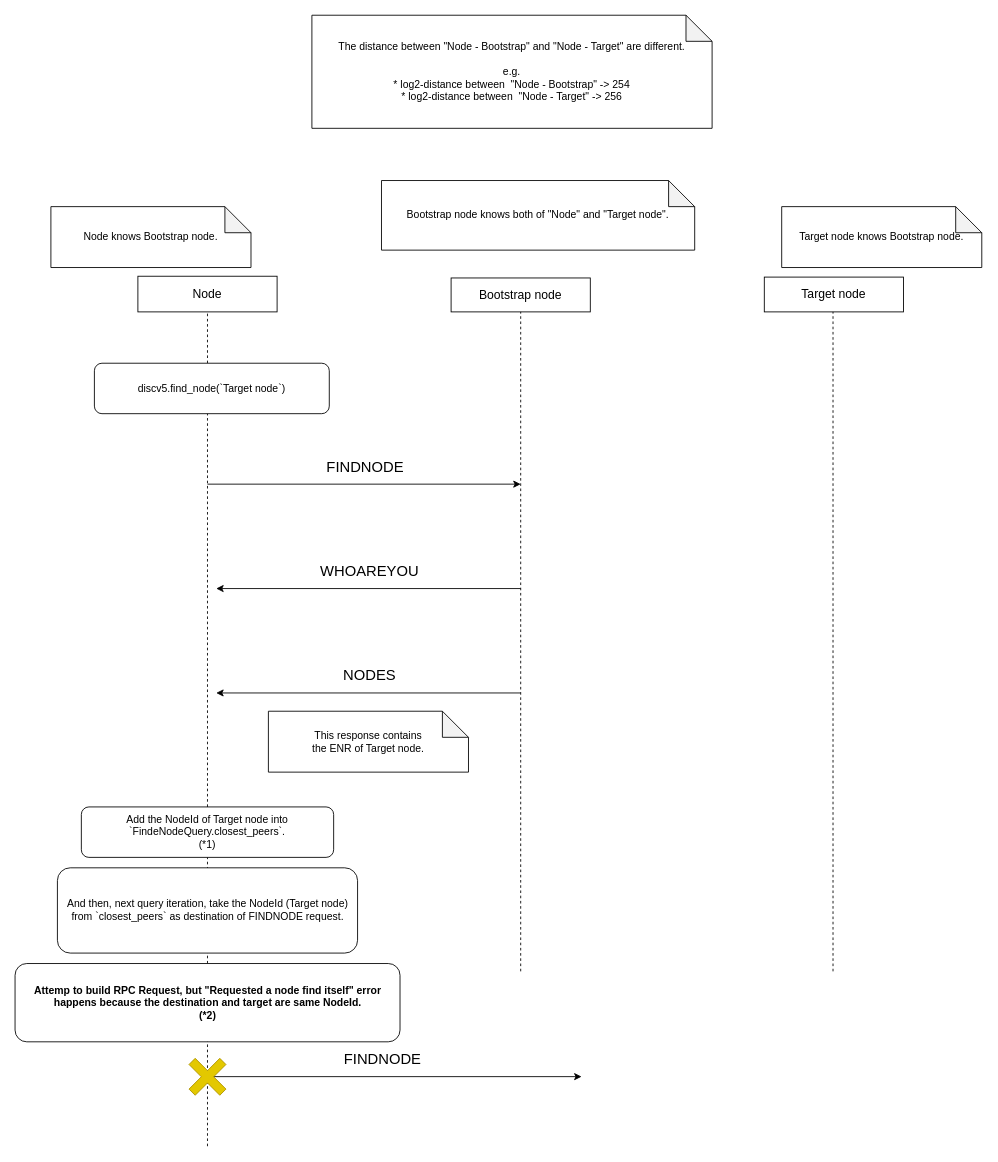
Above: discv5/bugs/20220414_requested_a_node_find_itself.drawio in ackintosh/sandbox (draw.io), before the change. Source tidied: cells renumbered, new cells numbered last; positions are measured from the earlier drawing's top-left corner, leaving out a move shared by most shapes. Both pictures are drawn from the tidied source at 87%, with x=0, y=0 at pixel (15, 15).
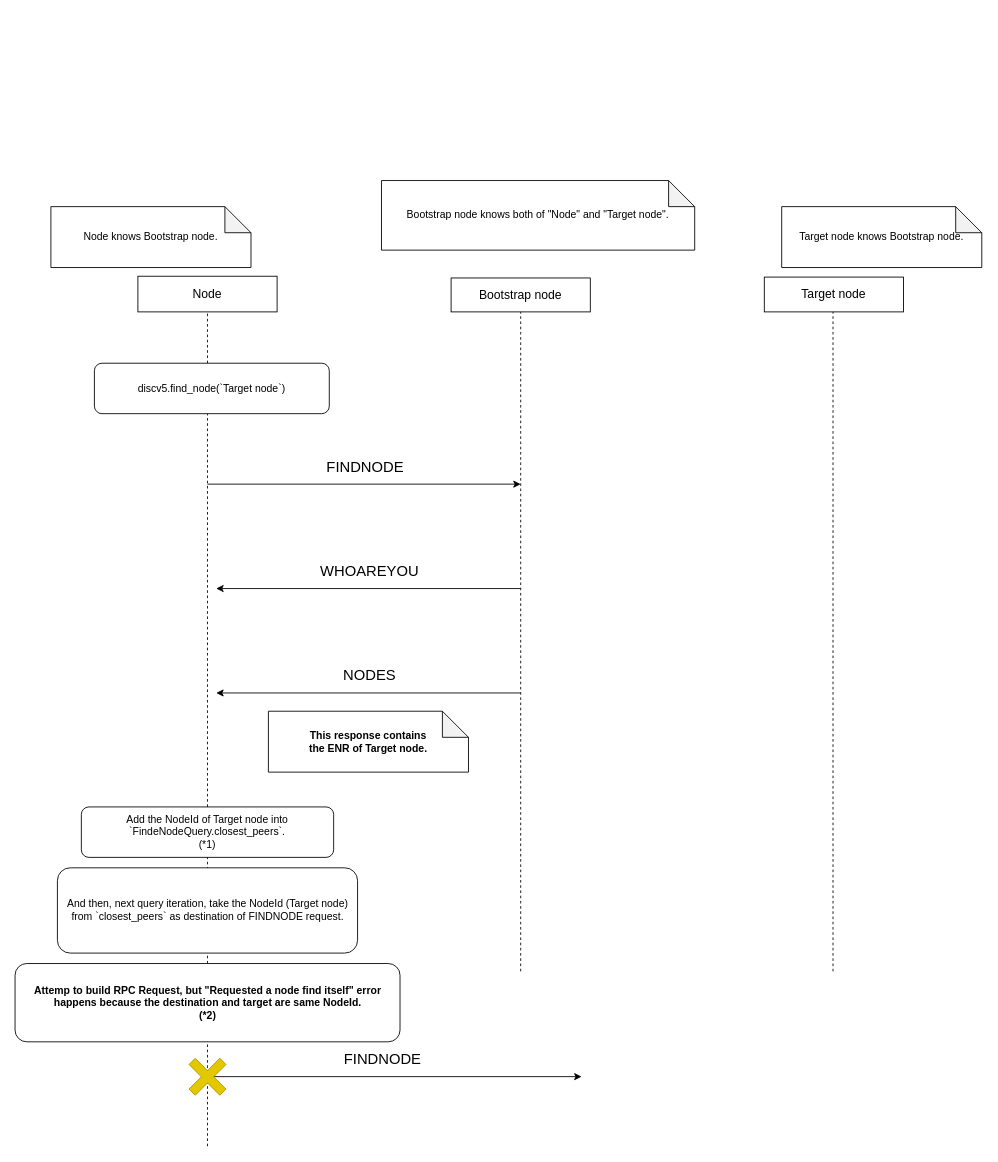
Above is the later version.

What changed in the source:
```diff
@@
-    <mxCell id="9" value="The distance between &quot;Node - Bootstrap&quot; and &quot;Node - Target&quot; are different.&lt;br&gt;&lt;br&gt;e.g.&lt;br&gt;* log2-distance between&amp;nbsp; &quot;Node - Bootstrap&quot; -&amp;gt; 254&lt;br&gt;* log2-distance between&amp;nbsp; &quot;Node - Target&quot; -&amp;gt; 256" style="shape=note;whiteSpace=wrap;html=1;backgroundOutline=1;darkOpacity=0.05;" parent="1" vertex="1">
-      <mxGeometry x="341" width="460" height="130" as="geometry" />
-    </mxCell>
@@
-    <mxCell id="18" value="This response contains &lt;br&gt;the ENR of Target node." style="shape=note;whiteSpace=wrap;html=1;backgroundOutline=1;darkOpacity=0.05;fontStyle=0;" parent="1" vertex="1">
+    <mxCell id="18" value="This response contains &lt;br&gt;the ENR of Target node." style="shape=note;whiteSpace=wrap;html=1;backgroundOutline=1;darkOpacity=0.05;fontStyle=1;" parent="1" vertex="1">
       <mxGeometry x="291" y="800" width="230" height="70" as="geometry" />
     </mxCell>
```
